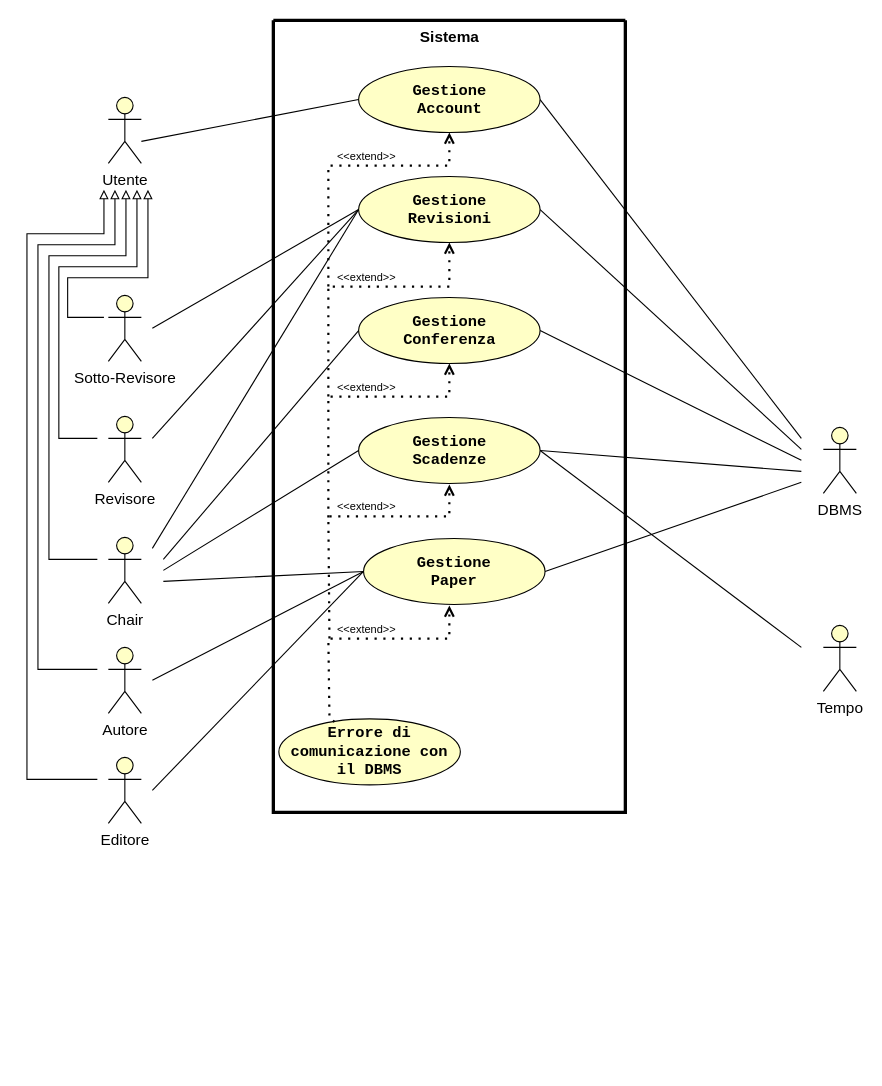
This is RAD/raw/VistaInsieme.drawio from Gabro29/IngegneriaSoftware, a draw.io file, before an edit. Source tidied: cells renumbered, new cells numbered last; positions are measured from the earlier drawing's top-left corner, leaving out a move shared by most shapes. Both pictures are drawn from the tidied source at 110%, with x=0, y=0 at pixel (26, 20).
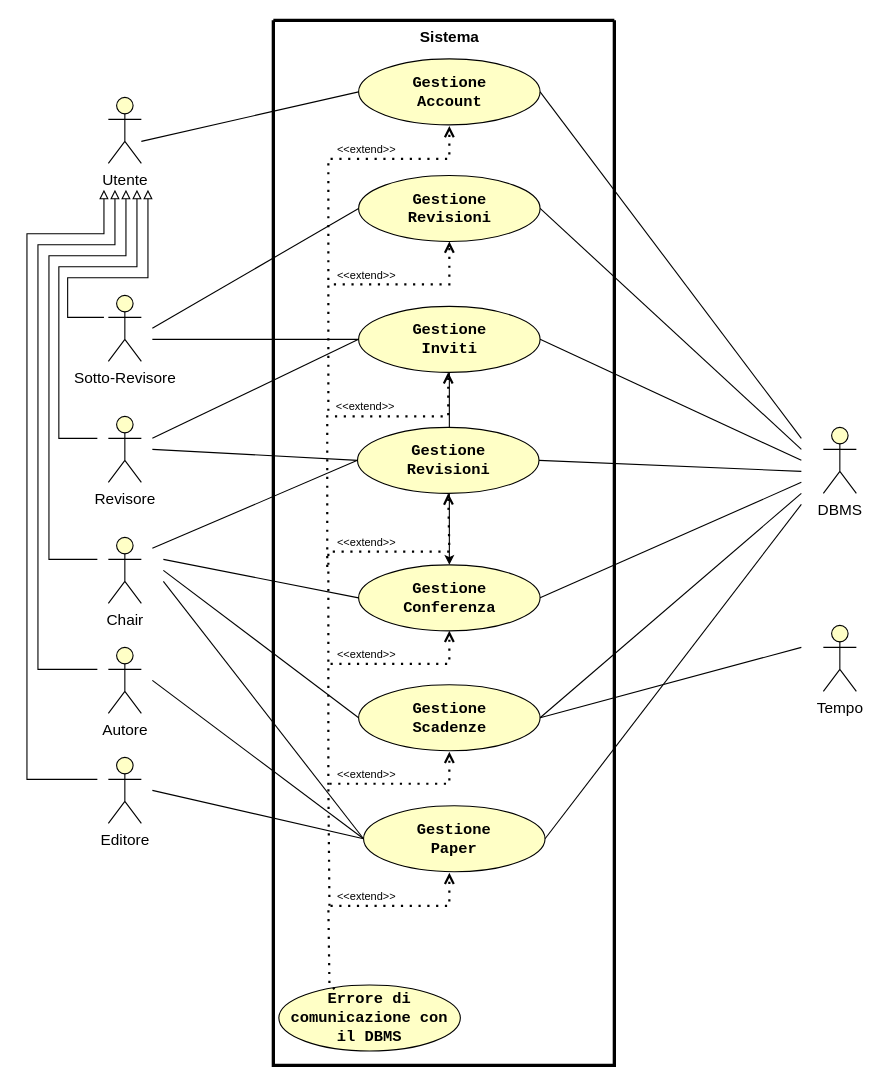
The same page after the edit.

What changed in the source:
```diff
@@
     <mxCell id="2" style="swimlane;startSize=0;swimlaneFillColor=none;strokeWidth=3;strokeColor=light-dark(#000000,#000000);labelBackgroundColor=none;fontColor=light-dark(#000000,#000000);fillColor=default;" parent="1" vertex="1">
-      <mxGeometry x="224" width="320" height="720" as="geometry" />
+      <mxGeometry x="224" width="310" height="950" as="geometry" />
     </mxCell>
     <mxCell id="3" value="&lt;font style=&quot;color: light-dark(rgb(0, 0, 0), rgb(0, 0, 0)); font-size: 14px;&quot; face=&quot;Courier New&quot;&gt;&lt;b&gt;Gestione&lt;/b&gt;&lt;/font&gt;&lt;div&gt;&lt;font style=&quot;color: light-dark(rgb(0, 0, 0), rgb(0, 0, 0)); font-size: 14px;&quot; face=&quot;Courier New&quot;&gt;&lt;b&gt;Account&lt;/b&gt;&lt;/font&gt;&lt;/div&gt;" style="ellipse;whiteSpace=wrap;html=1;fillColor=light-dark(#FFFFC6,#FDF89C);strokeColor=light-dark(#000000,#000000);gradientColor=none;" parent="2" vertex="1">
-      <mxGeometry x="77.5" y="42" width="165" height="60" as="geometry" />
+      <mxGeometry x="77.5" y="35" width="165" height="60" as="geometry" />
     </mxCell>
     <mxCell id="4" value="&lt;font face=&quot;Courier New&quot; style=&quot;color: light-dark(rgb(0, 0, 0), rgb(0, 0, 0)); font-size: 14px;&quot;&gt;&lt;b&gt;Gestione&lt;/b&gt;&lt;/font&gt;&lt;div&gt;&lt;span style=&quot;font-family: &amp;quot;Courier New&amp;quot;;&quot;&gt;&lt;font style=&quot;color: light-dark(rgb(0, 0, 0), rgb(0, 0, 0)); font-size: 14px;&quot;&gt;&lt;b&gt;Revisioni&lt;/b&gt;&lt;/font&gt;&lt;/span&gt;&lt;/div&gt;" style="ellipse;whiteSpace=wrap;html=1;fillColor=light-dark(#FFFFC6,#FDF89C);strokeColor=light-dark(#000000,#000000);" parent="2" vertex="1">
-      <mxGeometry x="77.5" y="142" width="165" height="60" as="geometry" />
+      <mxGeometry x="77.5" y="141" width="165" height="60" as="geometry" />
     </mxCell>
     <mxCell id="5" value="&lt;font face=&quot;Courier New&quot; style=&quot;color: light-dark(rgb(0, 0, 0), rgb(0, 0, 0)); font-size: 14px;&quot;&gt;&lt;b&gt;Gestione&lt;/b&gt;&lt;/font&gt;&lt;div&gt;&lt;font style=&quot;color: light-dark(rgb(0, 0, 0), rgb(0, 0, 0)); font-size: 14px;&quot; face=&quot;Courier New&quot;&gt;&lt;b&gt;Conferenza&lt;/b&gt;&lt;/font&gt;&lt;/div&gt;" style="ellipse;whiteSpace=wrap;html=1;fillColor=light-dark(#FFFFC6,#FDF89C);strokeColor=light-dark(#000000,#000000);" parent="2" vertex="1">
-      <mxGeometry x="77.5" y="252" width="165" height="60" as="geometry" />
+      <mxGeometry x="77.5" y="495" width="165" height="60" as="geometry" />
     </mxCell>
     <mxCell id="6" value="&lt;font face=&quot;Courier New&quot; style=&quot;color: light-dark(rgb(0, 0, 0), rgb(0, 0, 0)); font-size: 14px;&quot;&gt;&lt;b&gt;Gestione&lt;/b&gt;&lt;/font&gt;&lt;div&gt;&lt;span style=&quot;font-family: &amp;quot;Courier New&amp;quot;;&quot;&gt;&lt;font style=&quot;color: light-dark(rgb(0, 0, 0), rgb(0, 0, 0)); font-size: 14px;&quot;&gt;&lt;b&gt;Paper&lt;/b&gt;&lt;/font&gt;&lt;/span&gt;&lt;/div&gt;" style="ellipse;whiteSpace=wrap;html=1;fillColor=light-dark(#FFFFC6,#FDF89C);strokeColor=light-dark(#000000,#000000);" parent="2" vertex="1">
-      <mxGeometry x="82" y="471" width="165" height="60" as="geometry" />
+      <mxGeometry x="82" y="714" width="165" height="60" as="geometry" />
     </mxCell>
     <mxCell id="7" value="&lt;font face=&quot;Courier New&quot; style=&quot;color: light-dark(rgb(0, 0, 0), rgb(0, 0, 0)); font-size: 14px;&quot;&gt;&lt;b&gt;Gestione&lt;/b&gt;&lt;/font&gt;&lt;div&gt;&lt;font face=&quot;Courier New&quot; style=&quot;color: light-dark(rgb(0, 0, 0), rgb(0, 0, 0)); font-size: 14px;&quot;&gt;&lt;b&gt;Scadenze&lt;/b&gt;&lt;/font&gt;&lt;/div&gt;" style="ellipse;whiteSpace=wrap;html=1;fillColor=light-dark(#FFFFC6,#FDF89C);strokeColor=light-dark(#000000,#000000);" parent="2" vertex="1">
-      <mxGeometry x="77.5" y="361" width="165" height="60" as="geometry" />
+      <mxGeometry x="77.5" y="604" width="165" height="60" as="geometry" />
     </mxCell>
     <mxCell id="8" value="&lt;font style=&quot;color: light-dark(rgb(0, 0, 0), rgb(0, 0, 0));&quot; face=&quot;Courier New&quot;&gt;&lt;span style=&quot;font-size: 14px;&quot;&gt;&lt;b style=&quot;&quot;&gt;Errore di comunicazione con il DBMS&lt;/b&gt;&lt;/span&gt;&lt;/font&gt;" style="ellipse;whiteSpace=wrap;html=1;fillColor=light-dark(#FFFFC6,#FDF89C);strokeColor=light-dark(#000000,#000000);" parent="2" vertex="1">
-      <mxGeometry x="5" y="635" width="165" height="60" as="geometry" />
+      <mxGeometry x="5" y="877" width="165" height="60" as="geometry" />
     </mxCell>
@@
     <mxCell id="10" style="endArrow=open;dashed=1;html=1;dashPattern=1 3;strokeWidth=2;rounded=0;strokeColor=light-dark(#000000,#000000);endFill=0;entryX=0.5;entryY=1;entryDx=0;entryDy=0;" parent="2" edge="1" target="5">
       <mxGeometry relative="1" as="geometry">
-        <mxPoint x="50" y="452" as="sourcePoint" />
+        <mxPoint x="50" y="695" as="sourcePoint" />
         <Array as="points">
-          <mxPoint x="50" y="342" />
-          <mxPoint x="160" y="342" />
+          <mxPoint x="50" y="585" />
+          <mxPoint x="160" y="585" />
         </Array>
       </mxGeometry>
     </mxCell>
-    <mxCell id="11" style="endArrow=open;dashed=1;html=1;dashPattern=1 3;strokeWidth=2;rounded=0;strokeColor=light-dark(#000000,#000000);endFill=0;entryX=0.5;entryY=1;entryDx=0;entryDy=0;" parent="2" edge="1" target="4">
-      <mxGeometry relative="1" as="geometry">
-        <mxPoint x="50" y="342" as="sourcePoint" />
-        <Array as="points">
-          <mxPoint x="50" y="242" />
-          <mxPoint x="160" y="242" />
-        </Array>
-      </mxGeometry>
-    </mxCell>
-    <mxCell id="12" style="endArrow=open;dashed=1;html=1;dashPattern=1 3;strokeWidth=2;rounded=0;strokeColor=light-dark(#000000,#000000);endFill=0;entryX=0.5;entryY=1;entryDx=0;entryDy=0;" parent="2" edge="1" target="3">
+    <mxCell id="12" style="endArrow=open;dashed=1;html=1;dashPattern=1 3;strokeWidth=2;rounded=0;strokeColor=light-dark(#000000,#000000);endFill=0;entryX=0.5;entryY=1;entryDx=0;entryDy=0;" parent="2" edge="1">
       <mxGeometry relative="1" as="geometry">
-        <mxPoint x="50" y="242" as="sourcePoint" />
+        <mxPoint x="50" y="236" as="sourcePoint" />
+        <mxPoint x="160" y="96" as="targetPoint" />
         <Array as="points">
-          <mxPoint x="50" y="132" />
-          <mxPoint x="160" y="132" />
+          <mxPoint x="50" y="126" />
+          <mxPoint x="160" y="126" />
         </Array>
       </mxGeometry>
     </mxCell>
-    <mxCell id="13" style="endArrow=open;dashed=1;html=1;dashPattern=1 3;strokeWidth=2;rounded=0;strokeColor=light-dark(#000000,#000000);endFill=0;exitX=0.307;exitY=0.047;exitDx=0;exitDy=0;exitPerimeter=0;" parent="2" edge="1" source="8">
+    <mxCell id="13" style="endArrow=open;dashed=1;html=1;dashPattern=1 3;strokeWidth=2;rounded=0;strokeColor=light-dark(#000000,#000000);endFill=0;exitX=0.307;exitY=0.047;exitDx=0;exitDy=0;exitPerimeter=0;" parent="2" edge="1">
       <mxGeometry relative="1" as="geometry">
-        <mxPoint x="160" y="532" as="targetPoint" />
+        <mxPoint x="55.7" y="880.8" as="sourcePoint" />
+        <mxPoint x="160" y="775" as="targetPoint" />
         <Array as="points">
-          <mxPoint x="51" y="634" />
-          <mxPoint x="50" y="562" />
-          <mxPoint x="160" y="562" />
+          <mxPoint x="51" y="877" />
+          <mxPoint x="50" y="805" />
+          <mxPoint x="160" y="805" />
         </Array>
       </mxGeometry>
     </mxCell>
     <mxCell id="14" value="&lt;font style=&quot;color: light-dark(rgb(0, 0, 0), rgb(0, 0, 0)); font-size: 10px;&quot;&gt;&amp;lt;&amp;lt;extend&amp;gt;&amp;gt;&lt;/font&gt;" style="text;html=1;align=center;verticalAlign=middle;whiteSpace=wrap;rounded=0;" parent="2" vertex="1">
-      <mxGeometry x="54.5" y="548" width="60" height="10" as="geometry" />
+      <mxGeometry x="54.5" y="791" width="60" height="10" as="geometry" />
     </mxCell>
     <mxCell id="15" style="endArrow=open;dashed=1;html=1;dashPattern=1 3;strokeWidth=2;rounded=0;strokeColor=light-dark(#000000,#000000);endFill=0;" parent="2" edge="1">
       <mxGeometry relative="1" as="geometry">
-        <mxPoint x="51" y="562" as="sourcePoint" />
-        <mxPoint x="160" y="422" as="targetPoint" />
+        <mxPoint x="51" y="805" as="sourcePoint" />
+        <mxPoint x="160" y="665" as="targetPoint" />
         <Array as="points">
-          <mxPoint x="50" y="451" />
-          <mxPoint x="160" y="451" />
+          <mxPoint x="50" y="694" />
+          <mxPoint x="160" y="694" />
         </Array>
       </mxGeometry>
     </mxCell>
     <mxCell id="16" value="&lt;font style=&quot;color: light-dark(rgb(0, 0, 0), rgb(0, 0, 0)); font-size: 10px;&quot;&gt;&amp;lt;&amp;lt;extend&amp;gt;&amp;gt;&lt;/font&gt;" style="text;html=1;align=center;verticalAlign=middle;whiteSpace=wrap;rounded=0;" parent="2" vertex="1">
-      <mxGeometry x="54.5" y="118" width="60" height="10" as="geometry" />
+      <mxGeometry x="54.5" y="112" width="60" height="10" as="geometry" />
     </mxCell>
     <mxCell id="17" value="&lt;font style=&quot;color: light-dark(rgb(0, 0, 0), rgb(0, 0, 0)); font-size: 10px;&quot;&gt;&amp;lt;&amp;lt;extend&amp;gt;&amp;gt;&lt;/font&gt;" style="text;html=1;align=center;verticalAlign=middle;whiteSpace=wrap;rounded=0;" parent="2" vertex="1">
-      <mxGeometry x="54.5" y="228" width="60" height="10" as="geometry" />
+      <mxGeometry x="54.5" y="227" width="60" height="10" as="geometry" />
     </mxCell>
     <mxCell id="18" value="&lt;font style=&quot;color: light-dark(rgb(0, 0, 0), rgb(0, 0, 0)); font-size: 10px;&quot;&gt;&amp;lt;&amp;lt;extend&amp;gt;&amp;gt;&lt;/font&gt;" style="text;html=1;align=center;verticalAlign=middle;whiteSpace=wrap;rounded=0;" parent="2" vertex="1">
-      <mxGeometry x="54.5" y="328" width="60" height="10" as="geometry" />
+      <mxGeometry x="54.5" y="571" width="60" height="10" as="geometry" />
     </mxCell>
     <mxCell id="19" value="&lt;font style=&quot;color: light-dark(rgb(0, 0, 0), rgb(0, 0, 0)); font-size: 10px;&quot;&gt;&amp;lt;&amp;lt;extend&amp;gt;&amp;gt;&lt;/font&gt;" style="text;html=1;align=center;verticalAlign=middle;whiteSpace=wrap;rounded=0;" parent="2" vertex="1">
-      <mxGeometry x="54.5" y="437" width="60" height="10" as="geometry" />
+      <mxGeometry x="54.5" y="680" width="60" height="10" as="geometry" />
     </mxCell>
+    <mxCell id="48" style="edgeStyle=orthogonalEdgeStyle;rounded=0;jettySize=auto;html=1;" parent="2" edge="1" source="49" target="5">
+      <mxGeometry relative="1" as="geometry" />
+    </mxCell>
+    <mxCell id="49" value="&lt;font face=&quot;Courier New&quot; style=&quot;color: light-dark(rgb(0, 0, 0), rgb(0, 0, 0)); font-size: 14px;&quot;&gt;&lt;b&gt;Gestione&lt;/b&gt;&lt;/font&gt;&lt;div&gt;&lt;span style=&quot;font-family: &amp;quot;Courier New&amp;quot;;&quot;&gt;&lt;font style=&quot;color: light-dark(rgb(0, 0, 0), rgb(0, 0, 0)); font-size: 14px;&quot;&gt;&lt;b&gt;Inviti&lt;/b&gt;&lt;/font&gt;&lt;/span&gt;&lt;/div&gt;" style="ellipse;whiteSpace=wrap;html=1;fillColor=light-dark(#FFFFC6,#FDF89C);strokeColor=light-dark(#000000,#000000);" parent="2" vertex="1">
+      <mxGeometry x="77.5" y="260" width="165" height="60" as="geometry" />
+    </mxCell>
+    <mxCell id="50" value="&lt;font face=&quot;Courier New&quot; style=&quot;color: light-dark(rgb(0, 0, 0), rgb(0, 0, 0)); font-size: 14px;&quot;&gt;&lt;b&gt;Gestione&lt;/b&gt;&lt;/font&gt;&lt;div&gt;&lt;span style=&quot;font-family: &amp;quot;Courier New&amp;quot;;&quot;&gt;&lt;font style=&quot;color: light-dark(rgb(0, 0, 0), rgb(0, 0, 0)); font-size: 14px;&quot;&gt;&lt;b&gt;Revisioni&lt;/b&gt;&lt;/font&gt;&lt;/span&gt;&lt;/div&gt;" style="ellipse;whiteSpace=wrap;html=1;fillColor=light-dark(#FFFFC6,#FDF89C);strokeColor=light-dark(#000000,#000000);" parent="2" vertex="1">
+      <mxGeometry x="76.5" y="370" width="165" height="60" as="geometry" />
+    </mxCell>
@@
-    <mxCell id="28" style="rounded=0;jettySize=auto;html=1;strokeColor=light-dark(#000000,#000000);endArrow=none;startFill=0;entryX=0;entryY=0.5;entryDx=0;entryDy=0;" parent="1" edge="1" target="4">
+    <mxCell id="28" style="rounded=0;jettySize=auto;html=1;strokeColor=light-dark(#000000,#000000);endArrow=none;startFill=0;entryX=0;entryY=0.5;entryDx=0;entryDy=0;" parent="1" edge="1" target="49">
       <mxGeometry relative="1" as="geometry">
         <mxPoint x="114" y="380" as="sourcePoint" />
       </mxGeometry>
     </mxCell>
@@
-    <mxCell id="31" style="rounded=0;jettySize=auto;html=1;strokeColor=light-dark(#000000,#000000);endArrow=none;startFill=0;entryX=0;entryY=0.5;entryDx=0;entryDy=0;" parent="1" edge="1" target="4">
+    <mxCell id="31" style="rounded=0;jettySize=auto;html=1;strokeColor=light-dark(#000000,#000000);endArrow=none;startFill=0;entryX=0;entryY=0.5;entryDx=0;entryDy=0;" parent="1" edge="1" target="50">
       <mxGeometry relative="1" as="geometry">
         <mxPoint x="114" y="480" as="sourcePoint" />
       </mxGeometry>
     </mxCell>
@@
     <mxCell id="38" style="rounded=0;jettySize=auto;html=1;strokeColor=light-dark(#000000,#000000);endArrow=none;startFill=0;exitX=1;exitY=0.5;exitDx=0;exitDy=0;" parent="1" edge="1" source="5">
       <mxGeometry relative="1" as="geometry">
-        <mxPoint x="704" y="400" as="targetPoint" />
+        <mxPoint x="704" y="420" as="targetPoint" />
       </mxGeometry>
     </mxCell>
     <mxCell id="39" style="rounded=0;jettySize=auto;html=1;strokeColor=light-dark(#000000,#000000);endArrow=none;startFill=0;exitX=1;exitY=0.5;exitDx=0;exitDy=0;" parent="1" edge="1" source="6">
       <mxGeometry relative="1" as="geometry">
-        <mxPoint x="704" y="420" as="targetPoint" />
+        <mxPoint x="704" y="440" as="targetPoint" />
       </mxGeometry>
     </mxCell>
     <mxCell id="40" style="rounded=0;jettySize=auto;html=1;strokeColor=light-dark(#000000,#000000);endArrow=none;startFill=0;exitX=1;exitY=0.5;exitDx=0;exitDy=0;" parent="1" edge="1" source="7">
       <mxGeometry relative="1" as="geometry">
-        <mxPoint x="704" y="410" as="targetPoint" />
+        <mxPoint x="704" y="430" as="targetPoint" />
       </mxGeometry>
     </mxCell>
@@
+    <mxCell id="51" style="endArrow=open;dashed=1;html=1;dashPattern=1 3;strokeWidth=2;rounded=0;strokeColor=light-dark(#000000,#000000);endFill=0;entryX=0.5;entryY=1;entryDx=0;entryDy=0;" parent="1" edge="1" target="50">
+      <mxGeometry relative="1" as="geometry">
+        <mxPoint x="274" y="583" as="sourcePoint" />
+        <Array as="points">
+          <mxPoint x="274" y="483" />
+          <mxPoint x="384" y="483" />
+        </Array>
+      </mxGeometry>
+    </mxCell>
+    <mxCell id="52" value="&lt;font style=&quot;color: light-dark(rgb(0, 0, 0), rgb(0, 0, 0)); font-size: 10px;&quot;&gt;&amp;lt;&amp;lt;extend&amp;gt;&amp;gt;&lt;/font&gt;" style="text;html=1;align=center;verticalAlign=middle;whiteSpace=wrap;rounded=0;" parent="1" vertex="1">
+      <mxGeometry x="278.5" y="469" width="60" height="10" as="geometry" />
+    </mxCell>
+    <mxCell id="53" style="rounded=0;jettySize=auto;html=1;strokeColor=light-dark(#000000,#000000);endArrow=none;startFill=0;entryX=0;entryY=0.5;entryDx=0;entryDy=0;" parent="1" edge="1" target="50">
+      <mxGeometry relative="1" as="geometry">
+        <mxPoint x="114" y="390" as="sourcePoint" />
+      </mxGeometry>
+    </mxCell>
+    <mxCell id="54" style="rounded=0;jettySize=auto;html=1;strokeColor=light-dark(#000000,#000000);endArrow=none;startFill=0;entryX=0;entryY=0.5;entryDx=0;entryDy=0;" parent="1" edge="1" target="49">
+      <mxGeometry relative="1" as="geometry">
+        <mxPoint x="114" y="290" as="sourcePoint" />
+      </mxGeometry>
+    </mxCell>
+    <mxCell id="55" style="endArrow=open;dashed=1;html=1;dashPattern=1 3;strokeWidth=2;rounded=0;strokeColor=light-dark(#000000,#000000);endFill=0;entryX=0.5;entryY=1;entryDx=0;entryDy=0;" parent="1" edge="1">
+      <mxGeometry relative="1" as="geometry">
+        <mxPoint x="273" y="497" as="sourcePoint" />
+        <mxPoint x="383" y="320" as="targetPoint" />
+        <Array as="points">
+          <mxPoint x="273" y="360" />
+          <mxPoint x="383" y="360" />
+        </Array>
+      </mxGeometry>
+    </mxCell>
+    <mxCell id="56" value="&lt;font style=&quot;color: light-dark(rgb(0, 0, 0), rgb(0, 0, 0)); font-size: 10px;&quot;&gt;&amp;lt;&amp;lt;extend&amp;gt;&amp;gt;&lt;/font&gt;" style="text;html=1;align=center;verticalAlign=middle;whiteSpace=wrap;rounded=0;" parent="1" vertex="1">
+      <mxGeometry x="277.5" y="346" width="60" height="10" as="geometry" />
+    </mxCell>
+    <mxCell id="11" style="endArrow=open;dashed=1;html=1;dashPattern=1 3;strokeWidth=2;rounded=0;strokeColor=light-dark(#000000,#000000);endFill=0;entryX=0.5;entryY=1;entryDx=0;entryDy=0;" parent="1" edge="1" target="4">
+      <mxGeometry relative="1" as="geometry">
+        <mxPoint x="274" y="355" as="sourcePoint" />
+        <Array as="points">
+          <mxPoint x="274" y="240" />
+          <mxPoint x="384" y="240" />
+        </Array>
+      </mxGeometry>
+    </mxCell>
+    <mxCell id="57" style="rounded=0;jettySize=auto;html=1;strokeColor=light-dark(#000000,#000000);endArrow=none;startFill=0;exitX=1;exitY=0.5;exitDx=0;exitDy=0;" parent="1" edge="1" source="49">
+      <mxGeometry relative="1" as="geometry">
+        <mxPoint x="704" y="400" as="targetPoint" />
+      </mxGeometry>
+    </mxCell>
+    <mxCell id="58" style="rounded=0;jettySize=auto;html=1;strokeColor=light-dark(#000000,#000000);endArrow=none;startFill=0;exitX=1;exitY=0.5;exitDx=0;exitDy=0;" parent="1" edge="1" source="50">
+      <mxGeometry relative="1" as="geometry">
+        <mxPoint x="704" y="410" as="targetPoint" />
+      </mxGeometry>
+    </mxCell>
```
